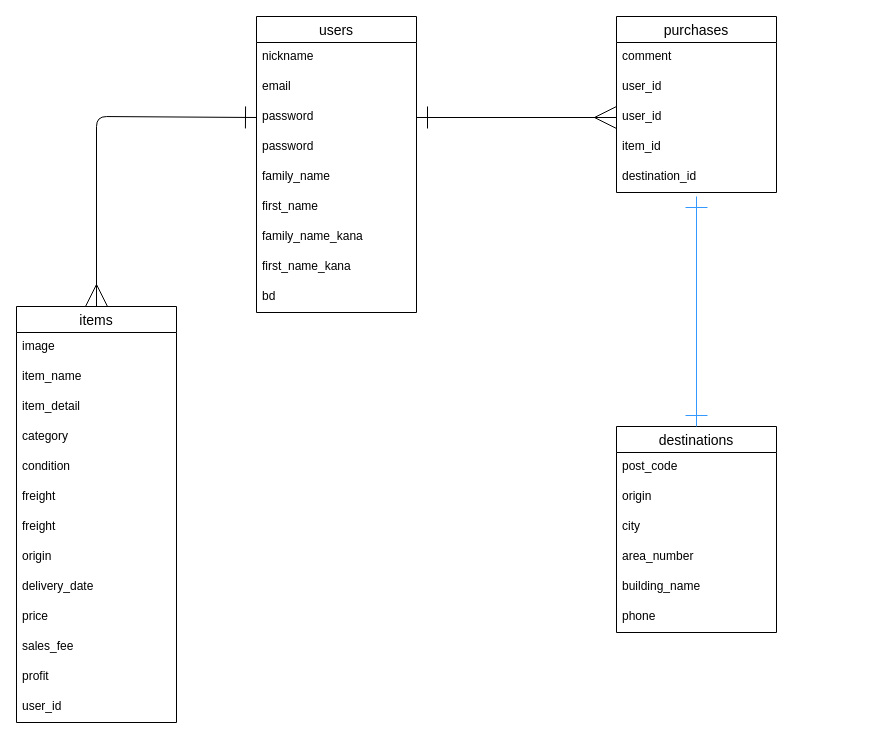
Before: ER.dio in SymTr/furima-40603, a draw.io diagram. Source tidied: cells renumbered, new cells numbered last; positions are measured from the earlier drawing's top-left corner, leaving out a move shared by most shapes. Both pictures are drawn from the tidied source at 100%, with x=0, y=0 at pixel (16, 16).
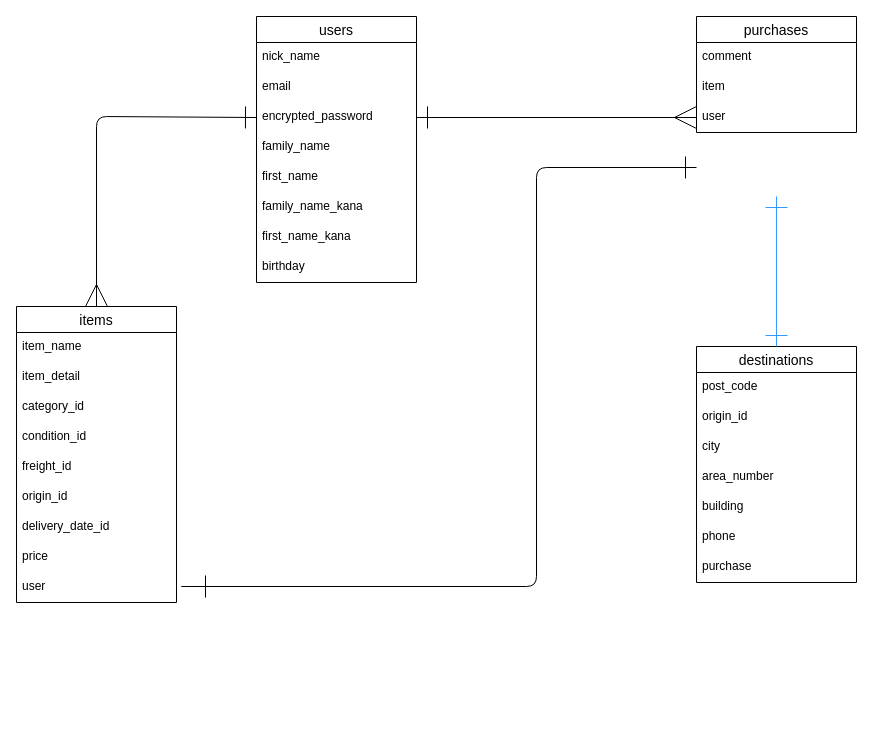
The same diagram, later.

Diff of the diagram source:
```diff
@@
     <mxCell id="2" value="users" style="swimlane;fontStyle=0;horizontal=1;startSize=26;align=center;fontSize=14;" parent="1" vertex="1">
-      <mxGeometry x="240" width="160" height="296" as="geometry" />
+      <mxGeometry x="240" width="160" height="266" as="geometry" />
     </mxCell>
-    <mxCell id="3" value="nickname            " style="text;strokeColor=none;fillColor=none;spacingLeft=4;spacingRight=4;overflow=hidden;fontSize=12;" parent="2" vertex="1">
+    <mxCell id="3" value="nick_name            " style="text;strokeColor=none;fillColor=none;spacingLeft=4;spacingRight=4;overflow=hidden;fontSize=12;" parent="2" vertex="1">
       <mxGeometry y="26" width="160" height="30" as="geometry" />
     </mxCell>
@@
-    <mxCell id="5" value="password" style="text;strokeColor=none;fillColor=none;spacingLeft=4;spacingRight=4;overflow=hidden;points=[[0,0.5],[1,0.5]];portConstraint=eastwest;fontSize=12;" parent="2" vertex="1">
+    <mxCell id="5" value="encrypted_password" style="text;strokeColor=none;fillColor=none;spacingLeft=4;spacingRight=4;overflow=hidden;points=[[0,0.5],[1,0.5]];portConstraint=eastwest;fontSize=12;" parent="2" vertex="1">
       <mxGeometry y="86" width="160" height="30" as="geometry" />
     </mxCell>
-    <mxCell id="6" value="password" style="text;strokeColor=none;fillColor=none;spacingLeft=4;spacingRight=4;overflow=hidden;fontSize=12;" parent="2" vertex="1">
-      <mxGeometry y="116" width="160" height="30" as="geometry" />
-    </mxCell>
     <mxCell id="7" value="family_name    " style="text;strokeColor=none;fillColor=none;spacingLeft=4;spacingRight=4;overflow=hidden;fontSize=12;" parent="2" vertex="1">
-      <mxGeometry y="146" width="160" height="30" as="geometry" />
+      <mxGeometry y="116" width="160" height="30" as="geometry" />
     </mxCell>
     <mxCell id="8" value="first_name    " style="text;strokeColor=none;fillColor=none;spacingLeft=4;spacingRight=4;overflow=hidden;fontSize=12;" parent="2" vertex="1">
-      <mxGeometry y="176" width="160" height="30" as="geometry" />
+      <mxGeometry y="146" width="160" height="30" as="geometry" />
     </mxCell>
     <mxCell id="9" value="family_name_kana&#10;" style="text;strokeColor=none;fillColor=none;spacingLeft=4;spacingRight=4;overflow=hidden;fontSize=12;" parent="2" vertex="1">
-      <mxGeometry y="206" width="160" height="30" as="geometry" />
+      <mxGeometry y="176" width="160" height="30" as="geometry" />
     </mxCell>
     <mxCell id="10" value="first_name_kana&#10;" style="text;strokeColor=none;fillColor=none;spacingLeft=4;spacingRight=4;overflow=hidden;fontSize=12;" parent="2" vertex="1">
-      <mxGeometry y="236" width="160" height="30" as="geometry" />
+      <mxGeometry y="206" width="160" height="30" as="geometry" />
     </mxCell>
-    <mxCell id="11" value="bd&#10;" style="text;strokeColor=none;fillColor=none;spacingLeft=4;spacingRight=4;overflow=hidden;fontSize=12;" parent="2" vertex="1">
-      <mxGeometry y="266" width="160" height="30" as="geometry" />
+    <mxCell id="11" value="birthday" style="text;strokeColor=none;fillColor=none;spacingLeft=4;spacingRight=4;overflow=hidden;fontSize=12;" parent="2" vertex="1">
+      <mxGeometry y="236" width="160" height="30" as="geometry" />
     </mxCell>
@@
     <mxCell id="13" value="items" style="swimlane;fontStyle=0;horizontal=1;startSize=26;align=center;fontSize=14;" parent="1" vertex="1">
-      <mxGeometry y="290" width="160" height="416" as="geometry" />
+      <mxGeometry y="290" width="160" height="296" as="geometry" />
     </mxCell>
-    <mxCell id="14" value="image" style="text;strokeColor=none;fillColor=none;spacingLeft=4;spacingRight=4;overflow=hidden;fontSize=12;" parent="13" vertex="1">
-      <mxGeometry y="26" width="160" height="30" as="geometry" />
-    </mxCell>
     <mxCell id="15" value="item_name" style="text;strokeColor=none;fillColor=none;spacingLeft=4;spacingRight=4;overflow=hidden;fontSize=12;" parent="13" vertex="1">
-      <mxGeometry y="56" width="160" height="30" as="geometry" />
+      <mxGeometry y="26" width="160" height="30" as="geometry" />
     </mxCell>
     <mxCell id="16" value="item_detail&#10;&#10;" style="text;strokeColor=none;fillColor=none;spacingLeft=4;spacingRight=4;overflow=hidden;fontSize=12;" parent="13" vertex="1">
-      <mxGeometry y="86" width="160" height="30" as="geometry" />
+      <mxGeometry y="56" width="160" height="30" as="geometry" />
     </mxCell>
-    <mxCell id="17" value="category&#10;" style="text;strokeColor=none;fillColor=none;spacingLeft=4;spacingRight=4;overflow=hidden;fontSize=12;" parent="13" vertex="1">
-      <mxGeometry y="116" width="160" height="30" as="geometry" />
+    <mxCell id="17" value="category_id&#10;" style="text;strokeColor=none;fillColor=none;spacingLeft=4;spacingRight=4;overflow=hidden;fontSize=12;" parent="13" vertex="1">
+      <mxGeometry y="86" width="160" height="30" as="geometry" />
     </mxCell>
-    <mxCell id="18" value="condition" style="text;strokeColor=none;fillColor=none;spacingLeft=4;spacingRight=4;overflow=hidden;fontSize=12;" parent="13" vertex="1">
-      <mxGeometry y="146" width="160" height="30" as="geometry" />
+    <mxCell id="18" value="condition_id" style="text;strokeColor=none;fillColor=none;spacingLeft=4;spacingRight=4;overflow=hidden;fontSize=12;" parent="13" vertex="1">
+      <mxGeometry y="116" width="160" height="30" as="geometry" />
     </mxCell>
-    <mxCell id="19" value="freight" style="text;strokeColor=none;fillColor=none;spacingLeft=4;spacingRight=4;overflow=hidden;fontSize=12;" parent="13" vertex="1">
-      <mxGeometry y="176" width="160" height="30" as="geometry" />
+    <mxCell id="19" value="freight_id" style="text;strokeColor=none;fillColor=none;spacingLeft=4;spacingRight=4;overflow=hidden;fontSize=12;" parent="13" vertex="1">
+      <mxGeometry y="146" width="160" height="30" as="geometry" />
     </mxCell>
-    <mxCell id="20" value="freight" style="text;strokeColor=none;fillColor=none;spacingLeft=4;spacingRight=4;overflow=hidden;fontSize=12;" parent="13" vertex="1">
-      <mxGeometry y="206" width="160" height="30" as="geometry" />
-    </mxCell>
-    <mxCell id="21" value="origin" style="text;strokeColor=none;fillColor=none;spacingLeft=4;spacingRight=4;overflow=hidden;fontSize=12;" parent="13" vertex="1">
-      <mxGeometry y="236" width="160" height="30" as="geometry" />
+    <mxCell id="21" value="origin_id" style="text;strokeColor=none;fillColor=none;spacingLeft=4;spacingRight=4;overflow=hidden;fontSize=12;" parent="13" vertex="1">
+      <mxGeometry y="176" width="160" height="30" as="geometry" />
     </mxCell>
-    <mxCell id="22" value="delivery_date" style="text;strokeColor=none;fillColor=none;spacingLeft=4;spacingRight=4;overflow=hidden;fontSize=12;" parent="13" vertex="1">
-      <mxGeometry y="266" width="160" height="30" as="geometry" />
+    <mxCell id="22" value="delivery_date_id" style="text;strokeColor=none;fillColor=none;spacingLeft=4;spacingRight=4;overflow=hidden;fontSize=12;" parent="13" vertex="1">
+      <mxGeometry y="206" width="160" height="30" as="geometry" />
     </mxCell>
     <mxCell id="23" value="price" style="text;strokeColor=none;fillColor=none;spacingLeft=4;spacingRight=4;overflow=hidden;fontSize=12;" parent="13" vertex="1">
-      <mxGeometry y="296" width="160" height="30" as="geometry" />
+      <mxGeometry y="236" width="160" height="30" as="geometry" />
     </mxCell>
-    <mxCell id="24" value="sales_fee" style="text;strokeColor=none;fillColor=none;spacingLeft=4;spacingRight=4;overflow=hidden;fontSize=12;" parent="13" vertex="1">
-      <mxGeometry y="326" width="160" height="30" as="geometry" />
-    </mxCell>
-    <mxCell id="25" value="profit" style="text;strokeColor=none;fillColor=none;spacingLeft=4;spacingRight=4;overflow=hidden;fontSize=12;" parent="13" vertex="1">
-      <mxGeometry y="356" width="160" height="30" as="geometry" />
-    </mxCell>
-    <mxCell id="26" value="user_id&#10;" style="text;strokeColor=none;fillColor=none;spacingLeft=4;spacingRight=4;overflow=hidden;fontSize=12;" parent="13" vertex="1">
-      <mxGeometry y="386" width="160" height="30" as="geometry" />
+    <mxCell id="26" value="user" style="text;strokeColor=none;fillColor=none;spacingLeft=4;spacingRight=4;overflow=hidden;fontSize=12;" parent="13" vertex="1">
+      <mxGeometry y="266" width="160" height="30" as="geometry" />
     </mxCell>
     <mxCell id="27" value="purchases" style="swimlane;fontStyle=0;horizontal=1;startSize=26;align=center;fontSize=14;" parent="1" vertex="1">
-      <mxGeometry x="600" width="160" height="176" as="geometry" />
+      <mxGeometry x="680" width="160" height="116" as="geometry" />
     </mxCell>
@@
-    <mxCell id="29" value="user_id" style="text;strokeColor=none;fillColor=none;spacingLeft=4;spacingRight=4;overflow=hidden;fontSize=12;" parent="27" vertex="1">
-      <mxGeometry y="56" width="160" height="30" as="geometry" />
-    </mxCell>
+    <mxCell id="32" value="item" style="text;strokeColor=none;fillColor=none;spacingLeft=4;spacingRight=4;overflow=hidden;fontSize=12;" parent="27" vertex="1">
+      <mxGeometry y="56" width="160" height="30" as="geometry" />
+    </mxCell>
-    <mxCell id="30" value="user_id" style="text;strokeColor=none;fillColor=none;spacingLeft=4;spacingRight=4;overflow=hidden;points=[[0,0.5],[1,0.5]];portConstraint=eastwest;fontSize=12;" parent="27" vertex="1">
+    <mxCell id="30" value="user" style="text;strokeColor=none;fillColor=none;spacingLeft=4;spacingRight=4;overflow=hidden;points=[[0,0.5],[1,0.5]];portConstraint=eastwest;fontSize=12;" parent="27" vertex="1">
       <mxGeometry y="86" width="160" height="30" as="geometry" />
     </mxCell>
-    <mxCell id="31" value="item_id&#10;" style="text;strokeColor=none;fillColor=none;spacingLeft=4;spacingRight=4;overflow=hidden;fontSize=12;" parent="27" vertex="1">
-      <mxGeometry y="116" width="160" height="30" as="geometry" />
-    </mxCell>
-    <mxCell id="32" value="destination_id&#10;" style="text;strokeColor=none;fillColor=none;spacingLeft=4;spacingRight=4;overflow=hidden;fontSize=12;" parent="27" vertex="1">
-      <mxGeometry y="146" width="160" height="30" as="geometry" />
-    </mxCell>
     <mxCell id="33" value="destinations" style="swimlane;fontStyle=0;horizontal=1;startSize=26;align=center;fontSize=14;" parent="1" vertex="1">
-      <mxGeometry x="600" y="410" width="160" height="206" as="geometry" />
+      <mxGeometry x="680" y="330" width="160" height="236" as="geometry" />
     </mxCell>
@@
-    <mxCell id="35" value="origin" style="text;strokeColor=none;fillColor=none;spacingLeft=4;spacingRight=4;overflow=hidden;fontSize=12;" parent="33" vertex="1">
+    <mxCell id="35" value="origin_id" style="text;strokeColor=none;fillColor=none;spacingLeft=4;spacingRight=4;overflow=hidden;fontSize=12;" parent="33" vertex="1">
       <mxGeometry y="56" width="160" height="30" as="geometry" />
     </mxCell>
@@
-    <mxCell id="38" value="building_name" style="text;strokeColor=none;fillColor=none;spacingLeft=4;spacingRight=4;overflow=hidden;fontSize=12;" parent="33" vertex="1">
+    <mxCell id="38" value="building" style="text;strokeColor=none;fillColor=none;spacingLeft=4;spacingRight=4;overflow=hidden;fontSize=12;" parent="33" vertex="1">
       <mxGeometry y="146" width="160" height="30" as="geometry" />
     </mxCell>
@@
+    <mxCell id="42" value="purchase" style="text;strokeColor=none;fillColor=none;spacingLeft=4;spacingRight=4;overflow=hidden;fontSize=12;" parent="33" vertex="1">
+      <mxGeometry y="206" width="160" height="30" as="geometry" />
+    </mxCell>
@@
     <mxCell id="41" style="html=1;startArrow=ERone;startFill=0;endArrow=ERone;endFill=0;startSize=20;endSize=20;exitX=0.5;exitY=0;exitDx=0;exitDy=0;strokeColor=#3399FF;" parent="1" edge="1" source="33">
       <mxGeometry relative="1" as="geometry">
-        <mxPoint x="680" y="180" as="targetPoint" />
+        <mxPoint x="760" y="180" as="targetPoint" />
       </mxGeometry>
     </mxCell>
+    <mxCell id="43" style="edgeStyle=orthogonalEdgeStyle;html=1;startArrow=ERone;startFill=0;endArrow=ERone;endFill=0;startSize=20;endSize=20;entryX=0;entryY=0.5;entryDx=0;entryDy=0;" parent="1" edge="1">
+      <mxGeometry relative="1" as="geometry">
+        <mxPoint x="200" y="570" as="sourcePoint" />
+        <mxPoint x="680" y="151" as="targetPoint" />
+        <Array as="points">
+          <mxPoint x="160" y="570" />
+          <mxPoint x="520" y="570" />
+          <mxPoint x="520" y="151" />
+        </Array>
+      </mxGeometry>
+    </mxCell>
```
